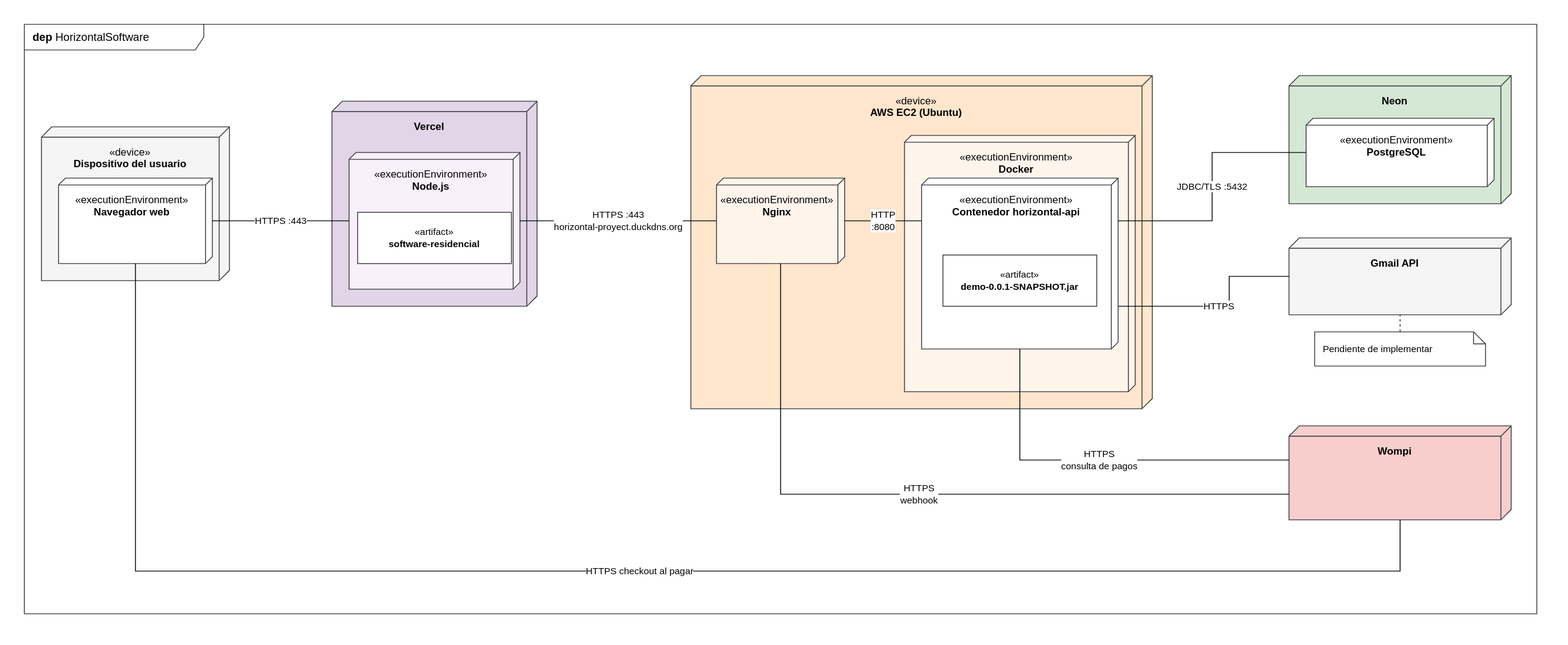
manuel20051208/HorizontalSoftware-Back-End keeps this draw.io diagram as Diagramas/Despliegue/despliegue.drawio.svg. Above is the earlier version. Source tidied: cells renumbered, new cells last; positions are measured from the earlier drawing's top-left corner, leaving out a move shared by most shapes.
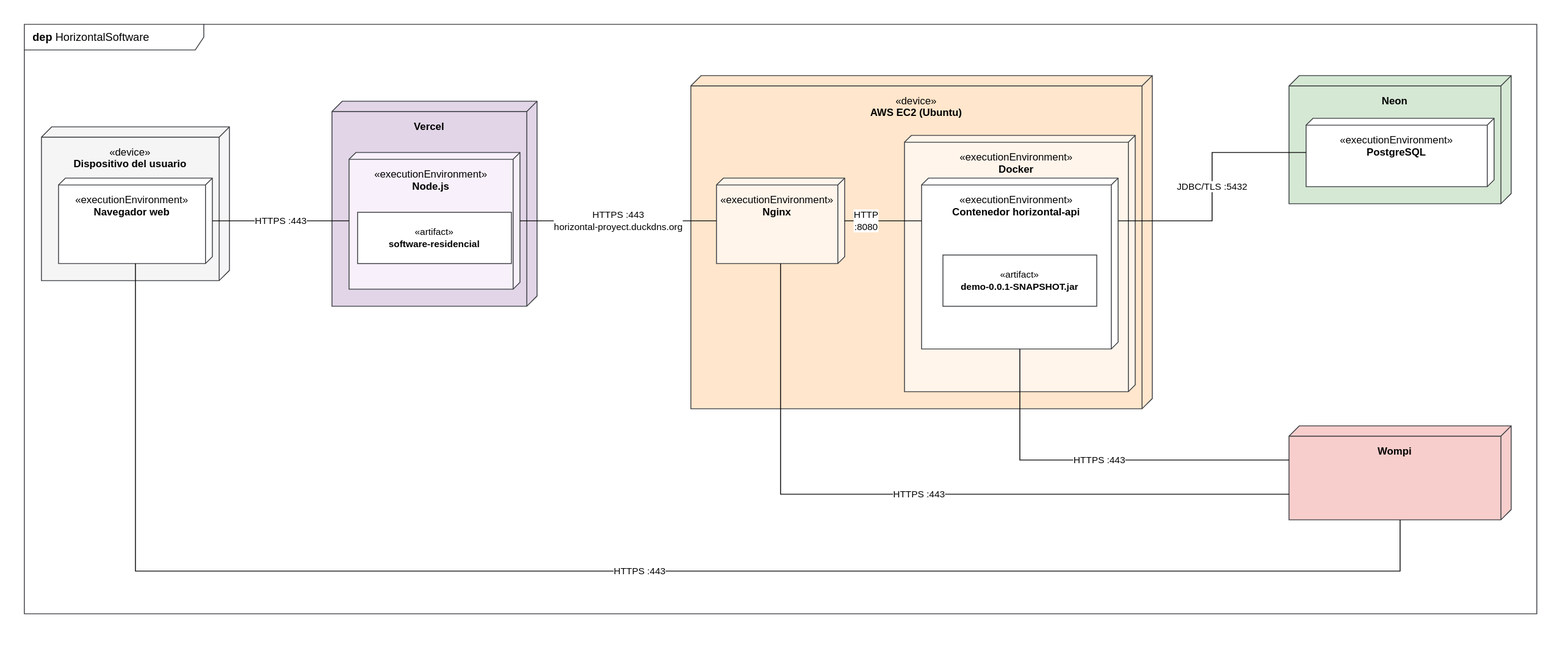
After the commit.

Diff of the diagram source:
```diff
@@ -41,12 +41,6 @@
     <mxCell id="14" value="&amp;laquo;executionEnvironment&amp;raquo;&lt;br&gt;&lt;b&gt;PostgreSQL&lt;/b&gt;" style="shape=cube;size=8;direction=south;html=1;whiteSpace=wrap;boundedLbl=1;verticalAlign=top;align=center;spacingTop=4;fontSize=12;strokeColor=#36393d;fillColor=#ffffff;" parent="1" vertex="1">
       <mxGeometry x="1500" y="110" width="220" height="80" as="geometry" />
     </mxCell>
-    <mxCell id="15" value="&lt;b&gt;Gmail API&lt;/b&gt;" style="shape=cube;size=12;direction=south;html=1;whiteSpace=wrap;boundedLbl=1;verticalAlign=top;align=center;spacingTop=4;fontSize=12;strokeColor=#36393d;fillColor=#f5f5f5;" parent="1" vertex="1">
-      <mxGeometry x="1480" y="250" width="260" height="90" as="geometry" />
-    </mxCell>
-    <mxCell id="16" value="Pendiente de implementar" style="shape=note;size=14;html=1;whiteSpace=wrap;fontSize=11;align=left;spacingLeft=8;strokeColor=#36393d;fillColor=#ffffff;" parent="1" vertex="1">
-      <mxGeometry x="1510" y="360" width="200" height="40" as="geometry" />
-    </mxCell>
     <mxCell id="17" value="&lt;b&gt;Wompi&lt;/b&gt;" style="shape=cube;size=12;direction=south;html=1;whiteSpace=wrap;boundedLbl=1;verticalAlign=top;align=center;spacingTop=4;fontSize=12;strokeColor=#36393d;fillColor=#f8cecc;" parent="1" vertex="1">
       <mxGeometry x="1480" y="470" width="260" height="110" as="geometry" />
     </mxCell>
@@ -57,7 +51,7 @@
       <mxGeometry relative="1" as="geometry" />
     </mxCell>
     <mxCell id="20" value="HTTP&lt;br&gt;:8080" style="edgeStyle=orthogonalEdgeStyle;rounded=0;html=1;endArrow=none;startArrow=none;strokeColor=#000000;fontSize=11;labelBackgroundColor=#ffffff;exitX=0.5;exitY=0;exitDx=0;exitDy=0;entryX=0.25;entryY=1;entryDx=0;entryDy=0;" parent="1" edge="1" source="9" target="11">
-      <mxGeometry relative="1" as="geometry" />
+      <mxGeometry x="-0.45" relative="1" as="geometry" />
     </mxCell>
     <mxCell id="21" value="JDBC/TLS :5432" style="edgeStyle=orthogonalEdgeStyle;rounded=0;html=1;endArrow=none;startArrow=none;strokeColor=#000000;fontSize=11;labelBackgroundColor=#ffffff;exitX=0.25;exitY=0;exitDx=0;exitDy=0;entryX=0.5;entryY=1;entryDx=0;entryDy=0;" parent="1" edge="1" source="11" target="14">
       <mxGeometry relative="1" as="geometry">
@@ -67,29 +61,21 @@
         </Array>
       </mxGeometry>
     </mxCell>
-    <mxCell id="22" value="HTTPS" style="edgeStyle=orthogonalEdgeStyle;rounded=0;html=1;endArrow=none;startArrow=none;strokeColor=#000000;fontSize=11;labelBackgroundColor=#ffffff;exitX=0.75;exitY=0;exitDx=0;exitDy=0;entryX=0.5;entryY=1;entryDx=0;entryDy=0;" parent="1" edge="1" source="11" target="15">
-      <mxGeometry relative="1" as="geometry">
-        <Array as="points">
-          <mxPoint x="1410" y="330" />
-          <mxPoint x="1410" y="295" />
-        </Array>
-      </mxGeometry>
-    </mxCell>
-    <mxCell id="23" value="HTTPS&lt;br&gt;consulta de pagos" style="edgeStyle=orthogonalEdgeStyle;rounded=0;html=1;endArrow=none;startArrow=none;strokeColor=#000000;fontSize=11;labelBackgroundColor=#ffffff;exitX=1;exitY=0.5;exitDx=0;exitDy=0;entryX=0.3636;entryY=1;entryDx=0;entryDy=0;" parent="1" edge="1" source="11" target="17">
+    <mxCell id="23" value="HTTPS :443" style="edgeStyle=orthogonalEdgeStyle;rounded=0;html=1;endArrow=none;startArrow=none;strokeColor=#000000;fontSize=11;labelBackgroundColor=#ffffff;exitX=1;exitY=0.5;exitDx=0;exitDy=0;entryX=0.3636;entryY=1;entryDx=0;entryDy=0;" parent="1" edge="1" source="11" target="17">
       <mxGeometry relative="1" as="geometry">
         <Array as="points">
           <mxPoint x="1165" y="510" />
         </Array>
       </mxGeometry>
     </mxCell>
-    <mxCell id="24" value="HTTPS&lt;br&gt;webhook" style="edgeStyle=orthogonalEdgeStyle;rounded=0;html=1;endArrow=none;startArrow=none;strokeColor=#000000;fontSize=11;labelBackgroundColor=#ffffff;exitX=0.7273;exitY=1;exitDx=0;exitDy=0;entryX=1;entryY=0.5;entryDx=0;entryDy=0;" parent="1" edge="1" source="17" target="9">
+    <mxCell id="24" value="HTTPS :443" style="edgeStyle=orthogonalEdgeStyle;rounded=0;html=1;endArrow=none;startArrow=none;strokeColor=#000000;fontSize=11;labelBackgroundColor=#ffffff;exitX=0.7273;exitY=1;exitDx=0;exitDy=0;entryX=1;entryY=0.5;entryDx=0;entryDy=0;" parent="1" edge="1" source="17" target="9">
       <mxGeometry relative="1" as="geometry">
         <Array as="points">
           <mxPoint x="885" y="550" />
         </Array>
       </mxGeometry>
     </mxCell>
-    <mxCell id="25" value="HTTPS checkout al pagar" style="edgeStyle=orthogonalEdgeStyle;rounded=0;html=1;endArrow=none;startArrow=none;strokeColor=#000000;fontSize=11;labelBackgroundColor=#ffffff;exitX=1;exitY=0.5;exitDx=0;exitDy=0;entryX=1;entryY=0.5;entryDx=0;entryDy=0;" parent="1" edge="1" source="4" target="17">
+    <mxCell id="25" value="HTTPS :443" style="edgeStyle=orthogonalEdgeStyle;rounded=0;html=1;endArrow=none;startArrow=none;strokeColor=#000000;fontSize=11;labelBackgroundColor=#ffffff;exitX=1;exitY=0.5;exitDx=0;exitDy=0;entryX=1;entryY=0.5;entryDx=0;entryDy=0;" parent="1" edge="1" source="4" target="17">
       <mxGeometry relative="1" as="geometry">
         <Array as="points">
           <mxPoint x="130" y="640" />
@@ -97,8 +83,5 @@
         </Array>
       </mxGeometry>
     </mxCell>
-    <mxCell id="26" style="endArrow=none;dashed=1;html=1;strokeColor=#36393d;" parent="1" edge="1" source="16" target="15">
-      <mxGeometry relative="1" as="geometry" />
-    </mxCell>
   </root>
 </mxGraphModel>
```
